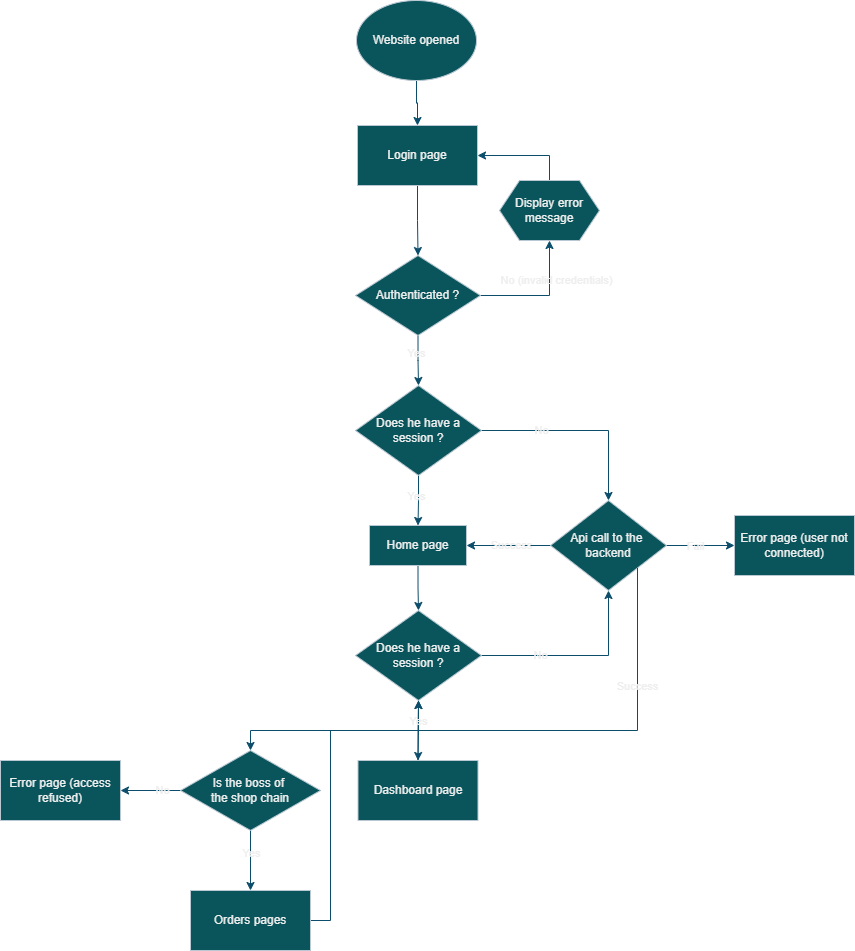
dam277/P-TPI-ETML keeps this draw.io diagram as 01-Documents/CodeSchematics/Untitled Diagram.drawio.png. Above is the earlier version. Source tidied: cells renumbered, new cells last; positions are measured from the earlier drawing's top-left corner, leaving out a move shared by most shapes.
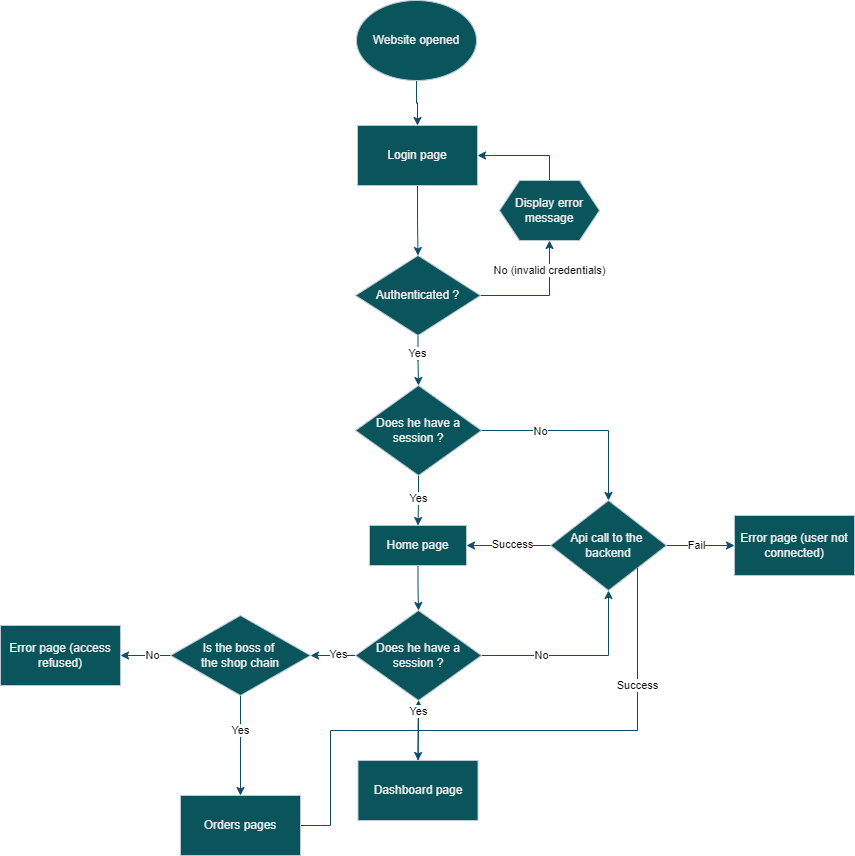
After the change.

Change to the diagram source:
```diff
@@ -17,17 +17,17 @@
     <mxCell id="6" style="edgeStyle=orthogonalEdgeStyle;rounded=0;jettySize=auto;html=1;labelBackgroundColor=none;fontColor=default;strokeColor=#0B4D6A;" parent="1" edge="1" source="10" target="12">
       <mxGeometry relative="1" as="geometry" />
     </mxCell>
-    <mxCell id="7" value="No (invalid credentials)" style="edgeLabel;html=1;align=center;verticalAlign=middle;labelBackgroundColor=none;fontColor=#EEEEEE;" parent="6" vertex="1">
-      <mxGeometry x="0.06" y="-3" relative="1" as="geometry">
-        <mxPoint x="10" y="-18" as="offset" />
+    <mxCell id="7" value="No (invalid credentials)" style="edgeLabel;html=1;align=center;verticalAlign=middle;" parent="6" vertex="1">
+      <mxGeometry x="0.23" y="1" relative="1" as="geometry">
+        <mxPoint x="1" y="-18" as="offset" />
       </mxGeometry>
     </mxCell>
     <mxCell id="8" style="edgeStyle=orthogonalEdgeStyle;rounded=0;jettySize=auto;html=1;exitX=0.5;exitY=1;exitDx=0;exitDy=0;entryX=0.5;entryY=0;entryDx=0;entryDy=0;fontStyle=4;labelBackgroundColor=none;fontColor=default;strokeColor=#0B4D6A;" parent="1" edge="1" source="10" target="19">
       <mxGeometry relative="1" as="geometry" />
     </mxCell>
-    <mxCell id="9" value="Yes" style="edgeLabel;html=1;align=center;verticalAlign=middle;labelBackgroundColor=none;fontColor=#EEEEEE;" parent="8" vertex="1">
-      <mxGeometry x="-0.28" y="-2" relative="1" as="geometry" />
-    </mxCell>
+    <mxCell id="44" value="Yes" style="edgeLabel;html=1;align=center;verticalAlign=middle;" parent="8" vertex="1">
+      <mxGeometry x="-0.29" y="-1" relative="1" as="geometry" />
+    </mxCell>
     <mxCell id="10" value="Authenticated ?" style="rhombus;whiteSpace=wrap;html=1;labelBackgroundColor=none;fillColor=#09555B;strokeColor=#BAC8D3;fontColor=#EEEEEE;" parent="1" vertex="1">
       <mxGeometry x="355" y="255" width="125" height="80" as="geometry" />
     </mxCell>
@@ -46,36 +46,30 @@
     <mxCell id="15" style="edgeStyle=orthogonalEdgeStyle;rounded=0;jettySize=auto;html=1;labelBackgroundColor=none;fontColor=default;strokeColor=#0B4D6A;" parent="1" edge="1" source="19" target="24">
       <mxGeometry relative="1" as="geometry" />
     </mxCell>
-    <mxCell id="16" value="No" style="edgeLabel;html=1;align=center;verticalAlign=middle;labelBackgroundColor=none;fontColor=#EEEEEE;" parent="15" vertex="1">
-      <mxGeometry x="-0.04" y="1" relative="1" as="geometry">
-        <mxPoint x="-35" y="1" as="offset" />
-      </mxGeometry>
-    </mxCell>
+    <mxCell id="45" value="No" style="edgeLabel;html=1;align=center;verticalAlign=middle;" parent="15" vertex="1">
+      <mxGeometry x="-0.41" y="-1" relative="1" as="geometry" />
+    </mxCell>
     <mxCell id="17" style="edgeStyle=orthogonalEdgeStyle;rounded=0;jettySize=auto;html=1;exitX=0.5;exitY=1;exitDx=0;exitDy=0;entryX=0.5;entryY=0;entryDx=0;entryDy=0;labelBackgroundColor=none;fontColor=default;strokeColor=#0B4D6A;" parent="1" edge="1" source="19" target="14">
       <mxGeometry relative="1" as="geometry" />
     </mxCell>
-    <mxCell id="18" value="Yes" style="edgeLabel;html=1;align=center;verticalAlign=middle;labelBackgroundColor=none;fontColor=#EEEEEE;" parent="17" vertex="1">
-      <mxGeometry x="-0.19" y="-2" relative="1" as="geometry" />
-    </mxCell>
+    <mxCell id="46" value="Yes" style="edgeLabel;html=1;align=center;verticalAlign=middle;" parent="17" vertex="1">
+      <mxGeometry x="-0.12" relative="1" as="geometry" />
+    </mxCell>
     <mxCell id="19" value="Does he have a session ?" style="rhombus;whiteSpace=wrap;html=1;labelBackgroundColor=none;fillColor=#09555B;strokeColor=#BAC8D3;fontColor=#EEEEEE;" parent="1" vertex="1">
       <mxGeometry x="355" y="385" width="126" height="90" as="geometry" />
     </mxCell>
     <mxCell id="20" style="edgeStyle=orthogonalEdgeStyle;rounded=0;jettySize=auto;html=1;labelBackgroundColor=none;fontColor=default;strokeColor=#0B4D6A;" parent="1" edge="1" source="24" target="25">
       <mxGeometry relative="1" as="geometry" />
     </mxCell>
-    <mxCell id="21" value="Fail" style="edgeLabel;html=1;align=center;verticalAlign=middle;labelBackgroundColor=none;fontColor=#EEEEEE;" parent="20" vertex="1">
-      <mxGeometry x="-0.26" y="-1" relative="1" as="geometry">
-        <mxPoint x="4" as="offset" />
-      </mxGeometry>
+    <mxCell id="21" value="Fail" style="edgeLabel;html=1;align=center;verticalAlign=middle;" parent="20" vertex="1">
+      <mxGeometry x="-0.12" relative="1" as="geometry" />
     </mxCell>
     <mxCell id="22" style="edgeStyle=orthogonalEdgeStyle;rounded=0;jettySize=auto;html=1;exitX=0;exitY=0.5;exitDx=0;exitDy=0;entryX=1;entryY=0.5;entryDx=0;entryDy=0;labelBackgroundColor=none;fontColor=default;strokeColor=#0B4D6A;" parent="1" edge="1" source="24" target="14">
       <mxGeometry relative="1" as="geometry" />
     </mxCell>
-    <mxCell id="23" value="Success" style="edgeLabel;html=1;align=center;verticalAlign=middle;labelBackgroundColor=none;fontColor=#EEEEEE;" parent="22" vertex="1">
-      <mxGeometry x="-0.13" y="2" relative="1" as="geometry">
-        <mxPoint x="-3" y="-2" as="offset" />
-      </mxGeometry>
-    </mxCell>
+    <mxCell id="47" value="Success" style="edgeLabel;html=1;align=center;verticalAlign=middle;" parent="22" vertex="1">
+      <mxGeometry x="-0.08" y="-1" relative="1" as="geometry" />
+    </mxCell>
     <mxCell id="24" value="Api call to the&amp;nbsp;&lt;div&gt;backend&lt;/div&gt;" style="rhombus;whiteSpace=wrap;html=1;labelBackgroundColor=none;fillColor=#09555B;strokeColor=#BAC8D3;fontColor=#EEEEEE;" parent="1" vertex="1">
       <mxGeometry x="550" y="500" width="116" height="90" as="geometry" />
     </mxCell>
@@ -85,22 +79,25 @@
     <mxCell id="26" style="edgeStyle=orthogonalEdgeStyle;rounded=0;jettySize=auto;html=1;exitX=1;exitY=0.5;exitDx=0;exitDy=0;entryX=0.5;entryY=1;entryDx=0;entryDy=0;labelBackgroundColor=none;fontColor=default;strokeColor=#0B4D6A;" parent="1" edge="1" source="30" target="24">
       <mxGeometry relative="1" as="geometry" />
     </mxCell>
-    <mxCell id="27" value="No" style="edgeLabel;html=1;align=center;verticalAlign=middle;labelBackgroundColor=none;fontColor=#EEEEEE;" parent="26" vertex="1">
-      <mxGeometry x="-0.6" y="1" relative="1" as="geometry">
-        <mxPoint x="21" y="1" as="offset" />
-      </mxGeometry>
-    </mxCell>
+    <mxCell id="48" value="No" style="edgeLabel;html=1;align=center;verticalAlign=middle;" parent="26" vertex="1">
+      <mxGeometry x="-0.38" relative="1" as="geometry" />
+    </mxCell>
     <mxCell id="28" style="edgeStyle=orthogonalEdgeStyle;rounded=0;jettySize=auto;html=1;labelBackgroundColor=none;fontColor=default;strokeColor=#0B4D6A;" parent="1" edge="1" source="30" target="32">
       <mxGeometry relative="1" as="geometry" />
     </mxCell>
-    <mxCell id="29" style="edgeStyle=orthogonalEdgeStyle;rounded=0;jettySize=auto;html=1;exitX=0.5;exitY=1;exitDx=0;exitDy=0;labelBackgroundColor=none;fontColor=default;strokeColor=#0B4D6A;" parent="1" edge="1" source="30" target="37">
+    <mxCell id="29" style="edgeStyle=orthogonalEdgeStyle;rounded=0;jettySize=auto;html=1;exitX=0;exitY=0.5;exitDx=0;exitDy=0;labelBackgroundColor=none;fontColor=default;strokeColor=#0B4D6A;entryX=1;entryY=0.5;entryDx=0;entryDy=0;" parent="1" edge="1" source="30" target="37">
       <mxGeometry relative="1" as="geometry">
         <Array as="points">
-          <mxPoint x="418" y="730" />
-          <mxPoint x="250" y="730" />
+          <mxPoint x="330" y="655" />
+          <mxPoint x="330" y="655" />
         </Array>
       </mxGeometry>
     </mxCell>
+    <mxCell id="49" value="Yes" style="edgeLabel;html=1;align=center;verticalAlign=middle;" parent="29" vertex="1">
+      <mxGeometry x="-0.21" y="1" relative="1" as="geometry">
+        <mxPoint y="-2" as="offset" />
+      </mxGeometry>
+    </mxCell>
     <mxCell id="30" value="Does he have a session ?" style="rhombus;whiteSpace=wrap;html=1;labelBackgroundColor=none;fillColor=#09555B;strokeColor=#BAC8D3;fontColor=#EEEEEE;" parent="1" vertex="1">
       <mxGeometry x="355" y="610" width="126" height="90" as="geometry" />
     </mxCell>
@@ -113,37 +110,37 @@
     <mxCell id="33" style="edgeStyle=orthogonalEdgeStyle;rounded=0;jettySize=auto;html=1;labelBackgroundColor=none;fontColor=default;strokeColor=#0B4D6A;" parent="1" edge="1" source="37" target="40">
       <mxGeometry relative="1" as="geometry" />
     </mxCell>
-    <mxCell id="34" value="Yes" style="edgeLabel;html=1;align=center;verticalAlign=middle;labelBackgroundColor=none;fontColor=#EEEEEE;" parent="33" vertex="1">
-      <mxGeometry x="-0.42" y="1" relative="1" as="geometry">
-        <mxPoint y="5" as="offset" />
-      </mxGeometry>
-    </mxCell>
+    <mxCell id="50" value="Yes" style="edgeLabel;html=1;align=center;verticalAlign=middle;" parent="33" vertex="1">
+      <mxGeometry x="-0.32" relative="1" as="geometry" />
+    </mxCell>
     <mxCell id="35" style="edgeStyle=orthogonalEdgeStyle;rounded=0;jettySize=auto;html=1;labelBackgroundColor=none;fontColor=default;strokeColor=#0B4D6A;" parent="1" edge="1" source="37" target="41">
       <mxGeometry relative="1" as="geometry" />
     </mxCell>
-    <mxCell id="36" value="No" style="edgeLabel;html=1;align=center;verticalAlign=middle;labelBackgroundColor=none;fontColor=#EEEEEE;" parent="35" vertex="1">
-      <mxGeometry x="-0.4" relative="1" as="geometry" />
-    </mxCell>
+    <mxCell id="51" value="No" style="edgeLabel;html=1;align=center;verticalAlign=middle;" parent="35" vertex="1">
+      <mxGeometry x="-0.25" relative="1" as="geometry" />
+    </mxCell>
     <mxCell id="37" value="Is the boss of&amp;nbsp;&lt;div&gt;the shop chain&lt;/div&gt;" style="rhombus;whiteSpace=wrap;html=1;labelBackgroundColor=none;fillColor=#09555B;strokeColor=#BAC8D3;fontColor=#EEEEEE;" parent="1" vertex="1">
-      <mxGeometry x="180" y="750" width="140" height="80" as="geometry" />
+      <mxGeometry x="170" y="615" width="140" height="80" as="geometry" />
     </mxCell>
     <mxCell id="38" style="edgeStyle=orthogonalEdgeStyle;rounded=0;jettySize=auto;html=1;exitX=1;exitY=0.5;exitDx=0;exitDy=0;labelBackgroundColor=none;fontColor=default;strokeColor=#0B4D6A;" parent="1" edge="1" source="40" target="30">
       <mxGeometry relative="1" as="geometry">
         <Array as="points">
-          <mxPoint x="330" y="920" />
+          <mxPoint x="330" y="825" />
           <mxPoint x="330" y="730" />
           <mxPoint x="418" y="730" />
         </Array>
       </mxGeometry>
     </mxCell>
-    <mxCell id="39" value="Yes" style="edgeLabel;html=1;align=center;verticalAlign=middle;labelBackgroundColor=none;fontColor=#EEEEEE;" parent="38" vertex="1">
-      <mxGeometry x="0.87" relative="1" as="geometry" />
-    </mxCell>
+    <mxCell id="52" value="Yes" style="edgeLabel;html=1;align=center;verticalAlign=middle;" parent="38" vertex="1">
+      <mxGeometry x="0.9" y="-1" relative="1" as="geometry">
+        <mxPoint x="-1" y="-2" as="offset" />
+      </mxGeometry>
+    </mxCell>
     <mxCell id="40" value="Orders pages" style="whiteSpace=wrap;html=1;labelBackgroundColor=none;fillColor=#09555B;strokeColor=#BAC8D3;fontColor=#EEEEEE;" parent="1" vertex="1">
-      <mxGeometry x="190" y="890" width="120" height="60" as="geometry" />
+      <mxGeometry x="180" y="795" width="120" height="60" as="geometry" />
     </mxCell>
     <mxCell id="41" value="Error page (access refused)" style="whiteSpace=wrap;html=1;labelBackgroundColor=none;fillColor=#09555B;strokeColor=#BAC8D3;fontColor=#EEEEEE;" parent="1" vertex="1">
-      <mxGeometry y="760" width="120" height="60" as="geometry" />
+      <mxGeometry y="625" width="120" height="60" as="geometry" />
     </mxCell>
     <mxCell id="42" style="endArrow=none;html=1;rounded=0;entryX=1;entryY=1;entryDx=0;entryDy=0;labelBackgroundColor=none;fontColor=default;strokeColor=#0B4D6A;" parent="1" edge="1" target="24">
       <mxGeometry relative="1" as="geometry">
@@ -153,8 +150,8 @@
         </Array>
       </mxGeometry>
     </mxCell>
-    <mxCell id="43" value="Success" style="edgeLabel;html=1;align=center;verticalAlign=middle;labelBackgroundColor=none;fontColor=#EEEEEE;" parent="42" vertex="1">
-      <mxGeometry x="0.39" relative="1" as="geometry" />
-    </mxCell>
+    <mxCell id="53" value="Success" style="edgeLabel;html=1;align=center;verticalAlign=middle;" parent="42" vertex="1">
+      <mxGeometry x="0.4" relative="1" as="geometry" />
+    </mxCell>
   </root>
 </mxGraphModel>
```
